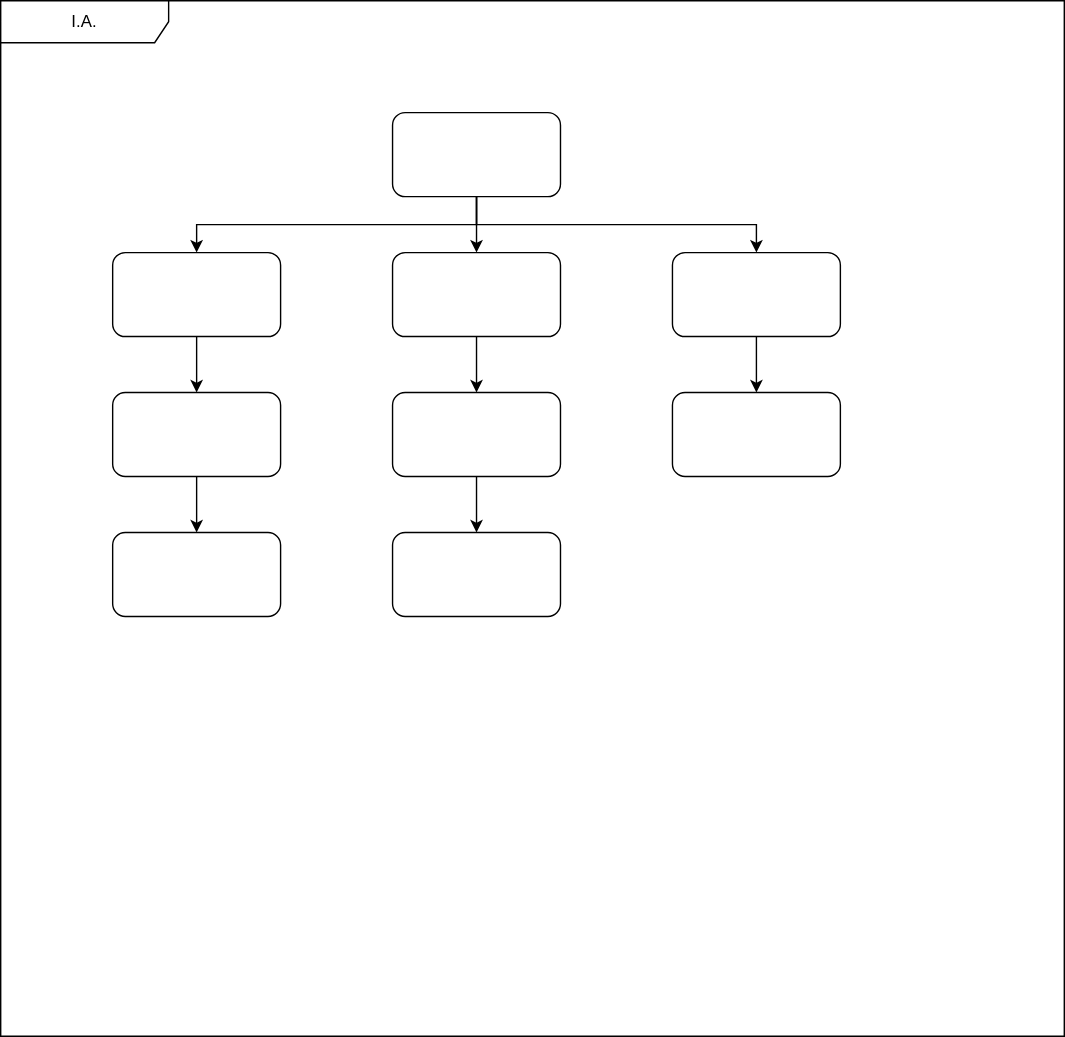
cjungwo/Weadinator keeps this draw.io diagram as Document/IA.svg. Above is the earlier version. Source tidied: cells renumbered, new cells last; positions are measured from the earlier drawing's top-left corner, leaving out a move shared by most shapes.
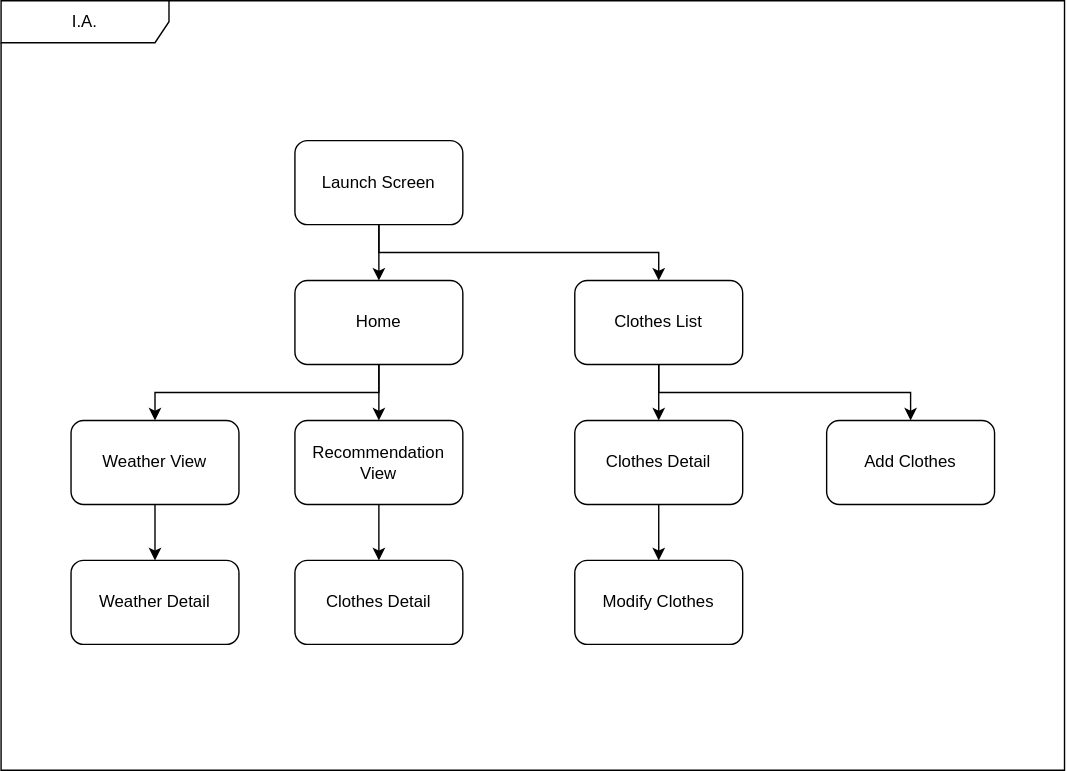
Later version of the same file.

Diff of the diagram source:
```diff
@@ -3,58 +3,64 @@
     <mxCell id="0" />
     <mxCell id="1" parent="0" />
     <mxCell id="2" value="I.A." style="shape=umlFrame;whiteSpace=wrap;html=1;width=120;height=30;" parent="1" vertex="1">
-      <mxGeometry width="760" height="740" as="geometry" />
+      <mxGeometry width="760" height="550" as="geometry" />
     </mxCell>
-    <mxCell id="3" style="edgeStyle=orthogonalEdgeStyle;rounded=0;jettySize=auto;html=1;exitX=0.5;exitY=1;exitDx=0;exitDy=0;entryX=0.5;entryY=0;entryDx=0;entryDy=0;" parent="2" edge="1" source="4" target="11">
-      <mxGeometry relative="1" as="geometry" />
-    </mxCell>
-    <mxCell id="4" style="rounded=1;whiteSpace=wrap;html=1;" parent="2" vertex="1">
-      <mxGeometry x="80" y="180" width="120" height="60" as="geometry" />
-    </mxCell>
     <mxCell id="5" style="edgeStyle=orthogonalEdgeStyle;rounded=0;jettySize=auto;html=1;exitX=0.5;exitY=1;exitDx=0;exitDy=0;entryX=0.5;entryY=0;entryDx=0;entryDy=0;" parent="2" edge="1" source="6" target="14">
       <mxGeometry relative="1" as="geometry" />
     </mxCell>
+    <mxCell id="20" style="edgeStyle=orthogonalEdgeStyle;rounded=0;jettySize=auto;html=1;exitX=0.5;exitY=1;exitDx=0;exitDy=0;entryX=0.5;entryY=0;entryDx=0;entryDy=0;" parent="2" edge="1" source="6" target="24">
+      <mxGeometry relative="1" as="geometry" />
+    </mxCell>
-    <mxCell id="6" style="rounded=1;whiteSpace=wrap;html=1;" parent="2" vertex="1">
-      <mxGeometry x="280" y="180" width="120" height="60" as="geometry" />
+    <mxCell id="6" value="Home" style="rounded=1;whiteSpace=wrap;html=1;" parent="2" vertex="1">
+      <mxGeometry x="210" y="200" width="120" height="60" as="geometry" />
     </mxCell>
     <mxCell id="7" style="edgeStyle=orthogonalEdgeStyle;rounded=0;jettySize=auto;html=1;exitX=0.5;exitY=1;exitDx=0;exitDy=0;entryX=0.5;entryY=0;entryDx=0;entryDy=0;" parent="2" edge="1" source="8" target="15">
       <mxGeometry relative="1" as="geometry" />
     </mxCell>
+    <mxCell id="21" style="edgeStyle=orthogonalEdgeStyle;rounded=0;jettySize=auto;html=1;exitX=0.5;exitY=1;exitDx=0;exitDy=0;entryX=0.5;entryY=0;entryDx=0;entryDy=0;" parent="2" edge="1" source="8" target="25">
+      <mxGeometry relative="1" as="geometry" />
+    </mxCell>
-    <mxCell id="8" style="rounded=1;whiteSpace=wrap;html=1;" parent="2" vertex="1">
-      <mxGeometry x="480" y="180" width="120" height="60" as="geometry" />
+    <mxCell id="8" value="Clothes List" style="rounded=1;whiteSpace=wrap;html=1;" parent="2" vertex="1">
+      <mxGeometry x="410" y="200" width="120" height="60" as="geometry" />
     </mxCell>
-    <mxCell id="9" style="rounded=1;whiteSpace=wrap;html=1;" parent="2" vertex="1">
-      <mxGeometry x="80" y="380" width="120" height="60" as="geometry" />
-    </mxCell>
-    <mxCell id="10" style="edgeStyle=orthogonalEdgeStyle;rounded=0;jettySize=auto;html=1;exitX=0.5;exitY=1;exitDx=0;exitDy=0;entryX=0.5;entryY=0;entryDx=0;entryDy=0;" parent="2" edge="1" source="11" target="9">
-      <mxGeometry relative="1" as="geometry" />
-    </mxCell>
-    <mxCell id="11" style="rounded=1;whiteSpace=wrap;html=1;" parent="2" vertex="1">
-      <mxGeometry x="80" y="280" width="120" height="60" as="geometry" />
-    </mxCell>
-    <mxCell id="12" style="rounded=1;whiteSpace=wrap;html=1;" parent="2" vertex="1">
-      <mxGeometry x="280" y="380" width="120" height="60" as="geometry" />
+    <mxCell id="12" value="Clothes Detail" style="rounded=1;whiteSpace=wrap;html=1;" parent="2" vertex="1">
+      <mxGeometry x="210" y="400" width="120" height="60" as="geometry" />
     </mxCell>
     <mxCell id="13" style="edgeStyle=orthogonalEdgeStyle;rounded=0;jettySize=auto;html=1;exitX=0.5;exitY=1;exitDx=0;exitDy=0;entryX=0.5;entryY=0;entryDx=0;entryDy=0;" parent="2" edge="1" source="14" target="12">
       <mxGeometry relative="1" as="geometry" />
     </mxCell>
-    <mxCell id="14" style="rounded=1;whiteSpace=wrap;html=1;" parent="2" vertex="1">
-      <mxGeometry x="280" y="280" width="120" height="60" as="geometry" />
+    <mxCell id="14" value="Recommendation View" style="rounded=1;whiteSpace=wrap;html=1;" parent="2" vertex="1">
+      <mxGeometry x="210" y="300" width="120" height="60" as="geometry" />
     </mxCell>
+    <mxCell id="22" style="edgeStyle=orthogonalEdgeStyle;rounded=0;jettySize=auto;html=1;exitX=0.5;exitY=1;exitDx=0;exitDy=0;entryX=0.5;entryY=0;entryDx=0;entryDy=0;" parent="2" edge="1" source="15" target="26">
+      <mxGeometry relative="1" as="geometry" />
+    </mxCell>
-    <mxCell id="15" style="rounded=1;whiteSpace=wrap;html=1;" parent="2" vertex="1">
-      <mxGeometry x="480" y="280" width="120" height="60" as="geometry" />
+    <mxCell id="15" value="Clothes Detail" style="rounded=1;whiteSpace=wrap;html=1;" parent="2" vertex="1">
+      <mxGeometry x="410" y="300" width="120" height="60" as="geometry" />
     </mxCell>
-    <mxCell id="16" style="edgeStyle=orthogonalEdgeStyle;rounded=0;jettySize=auto;html=1;exitX=0.5;exitY=1;exitDx=0;exitDy=0;entryX=0.5;entryY=0;entryDx=0;entryDy=0;" parent="2" edge="1" source="19" target="4">
-      <mxGeometry relative="1" as="geometry" />
-    </mxCell>
     <mxCell id="17" style="edgeStyle=orthogonalEdgeStyle;rounded=0;jettySize=auto;html=1;exitX=0.5;exitY=1;exitDx=0;exitDy=0;entryX=0.5;entryY=0;entryDx=0;entryDy=0;" parent="2" edge="1" source="19" target="6">
       <mxGeometry relative="1" as="geometry" />
     </mxCell>
     <mxCell id="18" style="edgeStyle=orthogonalEdgeStyle;rounded=0;jettySize=auto;html=1;exitX=0.5;exitY=1;exitDx=0;exitDy=0;entryX=0.5;entryY=0;entryDx=0;entryDy=0;" parent="2" edge="1" source="19" target="8">
       <mxGeometry relative="1" as="geometry" />
     </mxCell>
-    <mxCell id="19" style="rounded=1;whiteSpace=wrap;html=1;" parent="2" vertex="1">
-      <mxGeometry x="280" y="80" width="120" height="60" as="geometry" />
+    <mxCell id="19" value="Launch Screen" style="rounded=1;whiteSpace=wrap;html=1;" parent="2" vertex="1">
+      <mxGeometry x="210" y="100" width="120" height="60" as="geometry" />
     </mxCell>
+    <mxCell id="23" style="edgeStyle=orthogonalEdgeStyle;rounded=0;jettySize=auto;html=1;exitX=0.5;exitY=1;exitDx=0;exitDy=0;entryX=0.5;entryY=0;entryDx=0;entryDy=0;" parent="2" edge="1" source="24" target="27">
+      <mxGeometry relative="1" as="geometry" />
+    </mxCell>
+    <mxCell id="24" value="Weather View" style="rounded=1;whiteSpace=wrap;html=1;" parent="2" vertex="1">
+      <mxGeometry x="50" y="300" width="120" height="60" as="geometry" />
+    </mxCell>
+    <mxCell id="25" value="Add Clothes" style="rounded=1;whiteSpace=wrap;html=1;" parent="2" vertex="1">
+      <mxGeometry x="590" y="300" width="120" height="60" as="geometry" />
+    </mxCell>
+    <mxCell id="26" value="Modify Clothes" style="rounded=1;whiteSpace=wrap;html=1;" parent="2" vertex="1">
+      <mxGeometry x="410" y="400" width="120" height="60" as="geometry" />
+    </mxCell>
+    <mxCell id="27" value="Weather Detail" style="rounded=1;whiteSpace=wrap;html=1;" parent="2" vertex="1">
+      <mxGeometry x="50" y="400" width="120" height="60" as="geometry" />
+    </mxCell>
   </root>
 </mxGraphModel>
```
